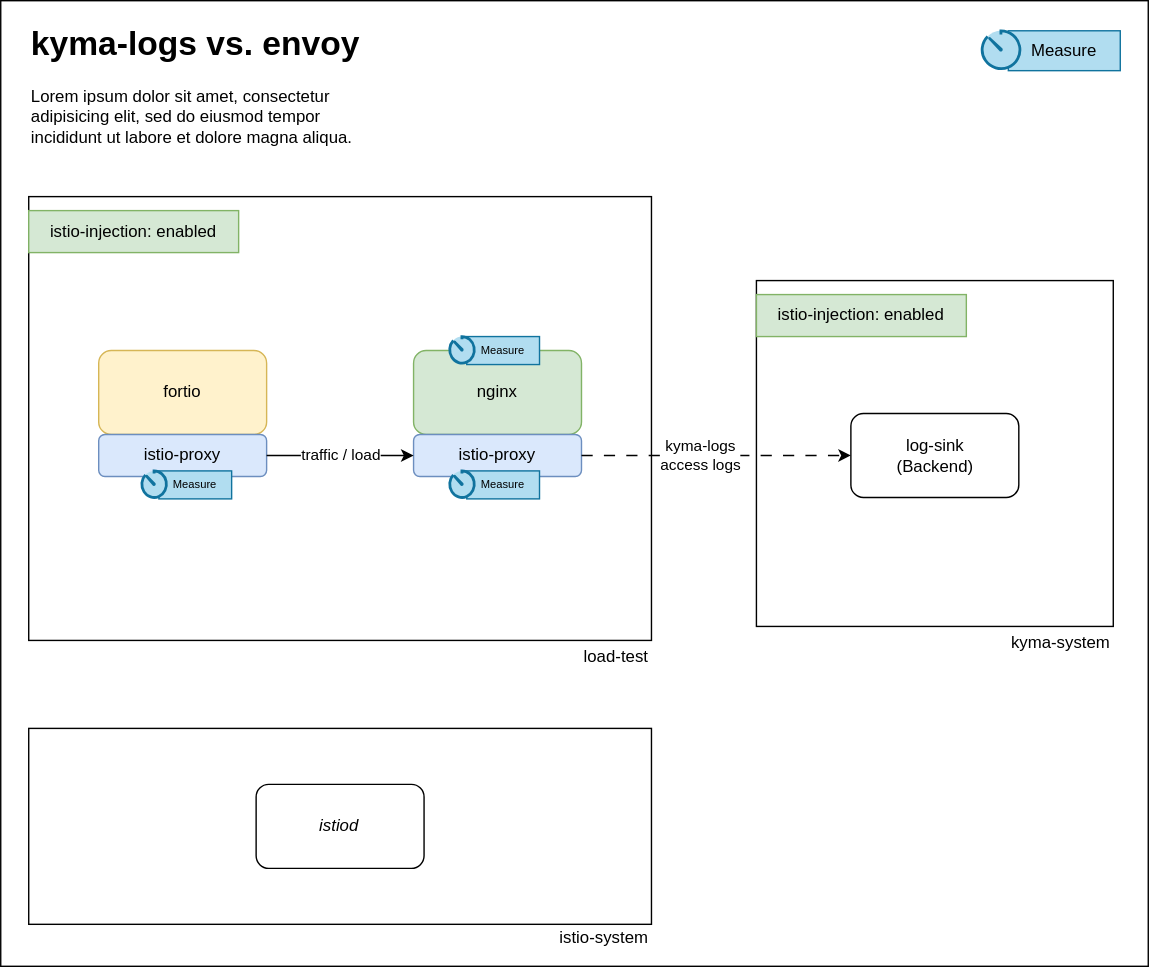
Before: telemetry-manager/istio-access-logs/load-test-architecture.drawio.svg, a diagram exported from draw.io (TeodorSAP/playground). Source tidied: cells renumbered, new cells last; positions are measured from the earlier drawing's top-left corner, leaving out a move shared by most shapes.
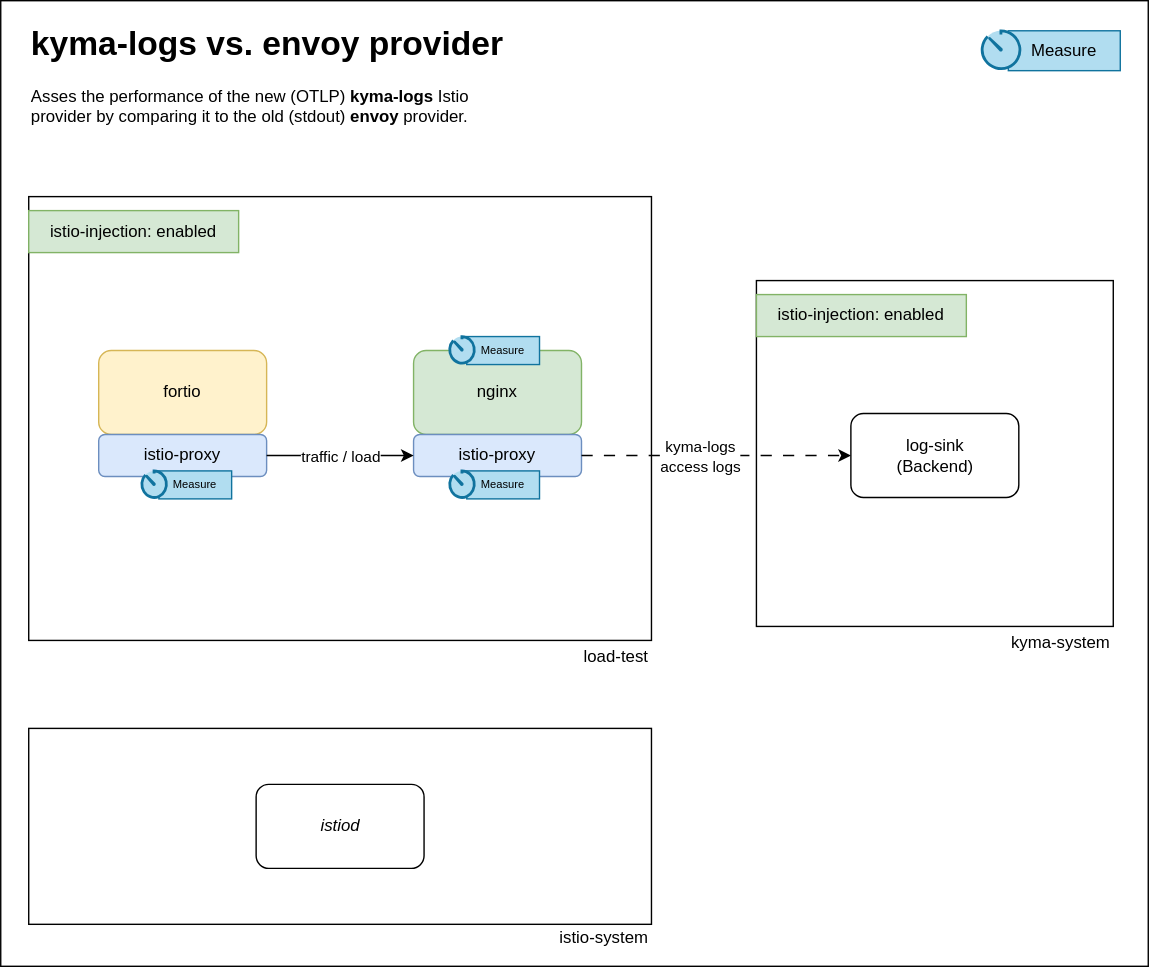
After the commit.

Commit message:
Istio Access Logs: Extra playthrough

The edit, as a diff of the source:
```diff
@@ -91,8 +91,8 @@
         <mxPoint x="51" y="-1" as="offset" />
       </mxGeometry>
     </mxCell>
-    <mxCell id="29" value="&lt;h1 style=&quot;margin-top: 0px;&quot;&gt;kyma-logs vs. envoy&lt;/h1&gt;&lt;p&gt;Lorem ipsum dolor sit amet, consectetur adipisicing elit, sed do eiusmod tempor incididunt ut labore et dolore magna aliqua.&lt;/p&gt;" style="text;html=1;whiteSpace=wrap;overflow=hidden;rounded=0;" parent="1" vertex="1">
-      <mxGeometry x="20" y="10" width="260" height="120" as="geometry" />
+    <mxCell id="29" value="&lt;h1 style=&quot;margin-top: 0px;&quot;&gt;kyma-logs vs. envoy provider&lt;/h1&gt;&lt;p&gt;Asses the performance of the new (OTLP) &lt;b&gt;kyma-logs&lt;/b&gt; Istio provider by comparing it to the old (stdout) &lt;b&gt;envoy&lt;/b&gt; provider.&lt;/p&gt;" style="text;html=1;whiteSpace=wrap;overflow=hidden;rounded=0;" parent="1" vertex="1">
+      <mxGeometry x="20" y="10" width="350" height="120" as="geometry" />
     </mxCell>
     <mxCell id="30" style="group;" parent="1" vertex="1">
       <mxGeometry x="700" y="21.5" width="100" height="28.5" as="geometry" />
```
